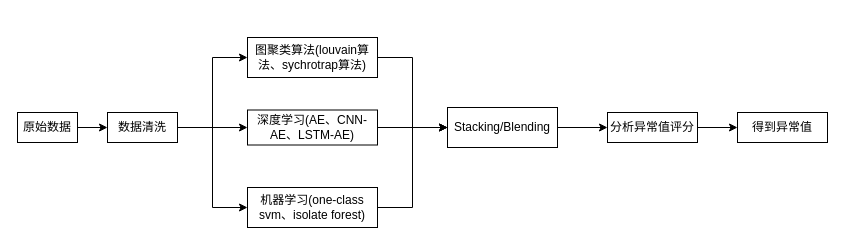
haibara1997/haibara1997.github.io keeps this draw.io diagram as 2020/10/04/异常值检测论文读书笔记/解决方案.drawio. Above is the earlier version. Source tidied: cells renumbered, new cells numbered last; positions are measured from the earlier drawing's top-left corner, leaving out a move shared by most shapes. Both pictures are drawn from the tidied source at 100%, with x=0, y=0 at pixel (17, 37).
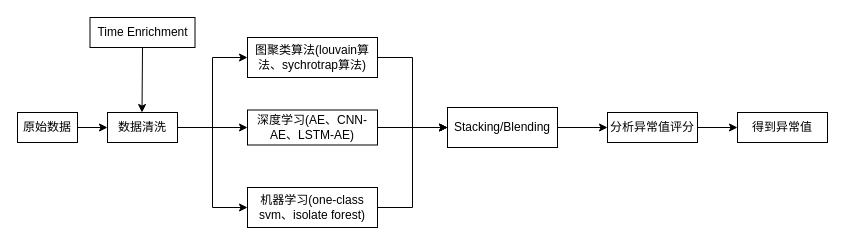
After the change.

Diff of the diagram source:
```diff
@@
+    <mxCell id="19" style="endArrow=classic;html=1;" parent="1" edge="1">
+      <mxGeometry relative="1" as="geometry">
+        <mxPoint x="125" y="10" as="sourcePoint" />
+        <mxPoint x="124.5" y="75" as="targetPoint" />
+      </mxGeometry>
+    </mxCell>
+    <mxCell id="20" value="Time Enrichment" style="rounded=0;whiteSpace=wrap;html=1;" parent="1" vertex="1">
+      <mxGeometry x="72.5" y="-20" width="105" height="30" as="geometry" />
+    </mxCell>
```
